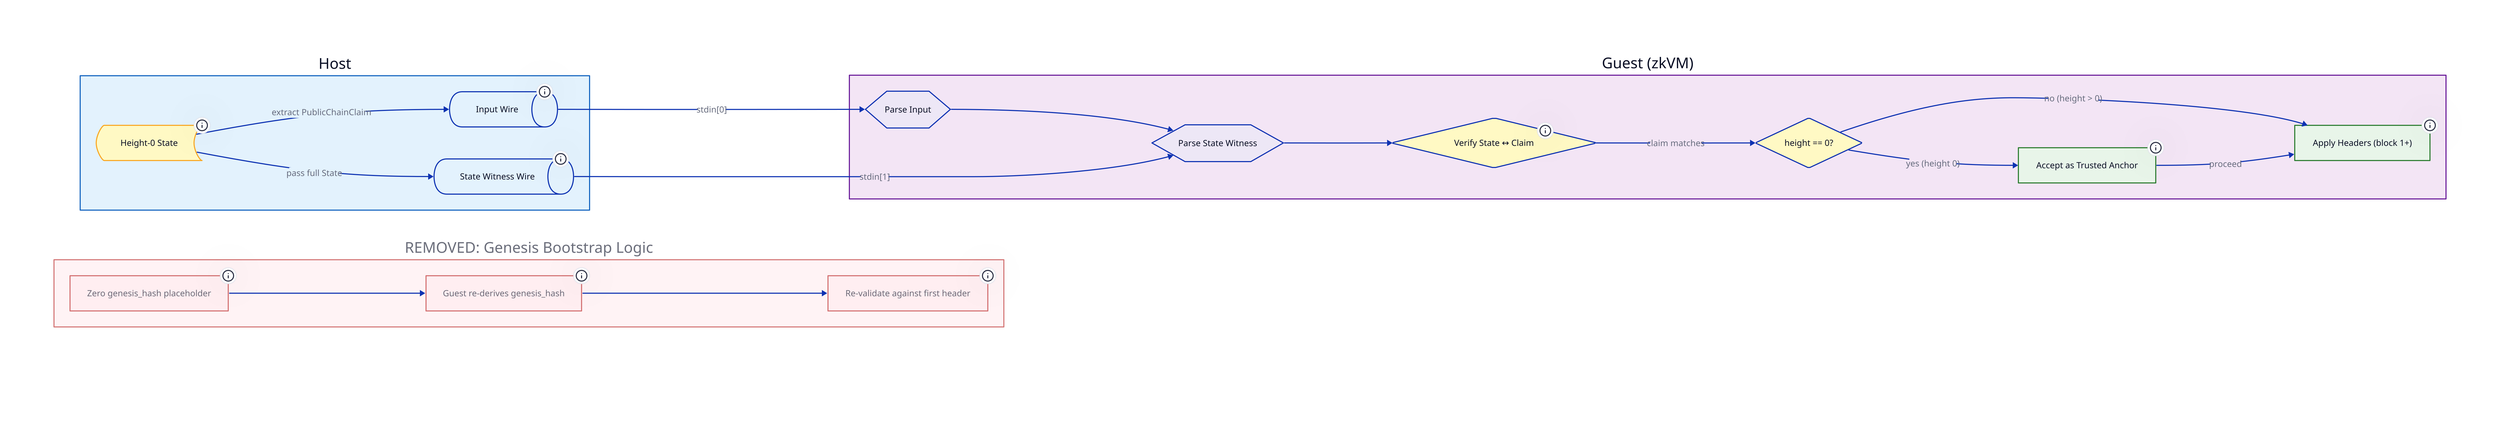
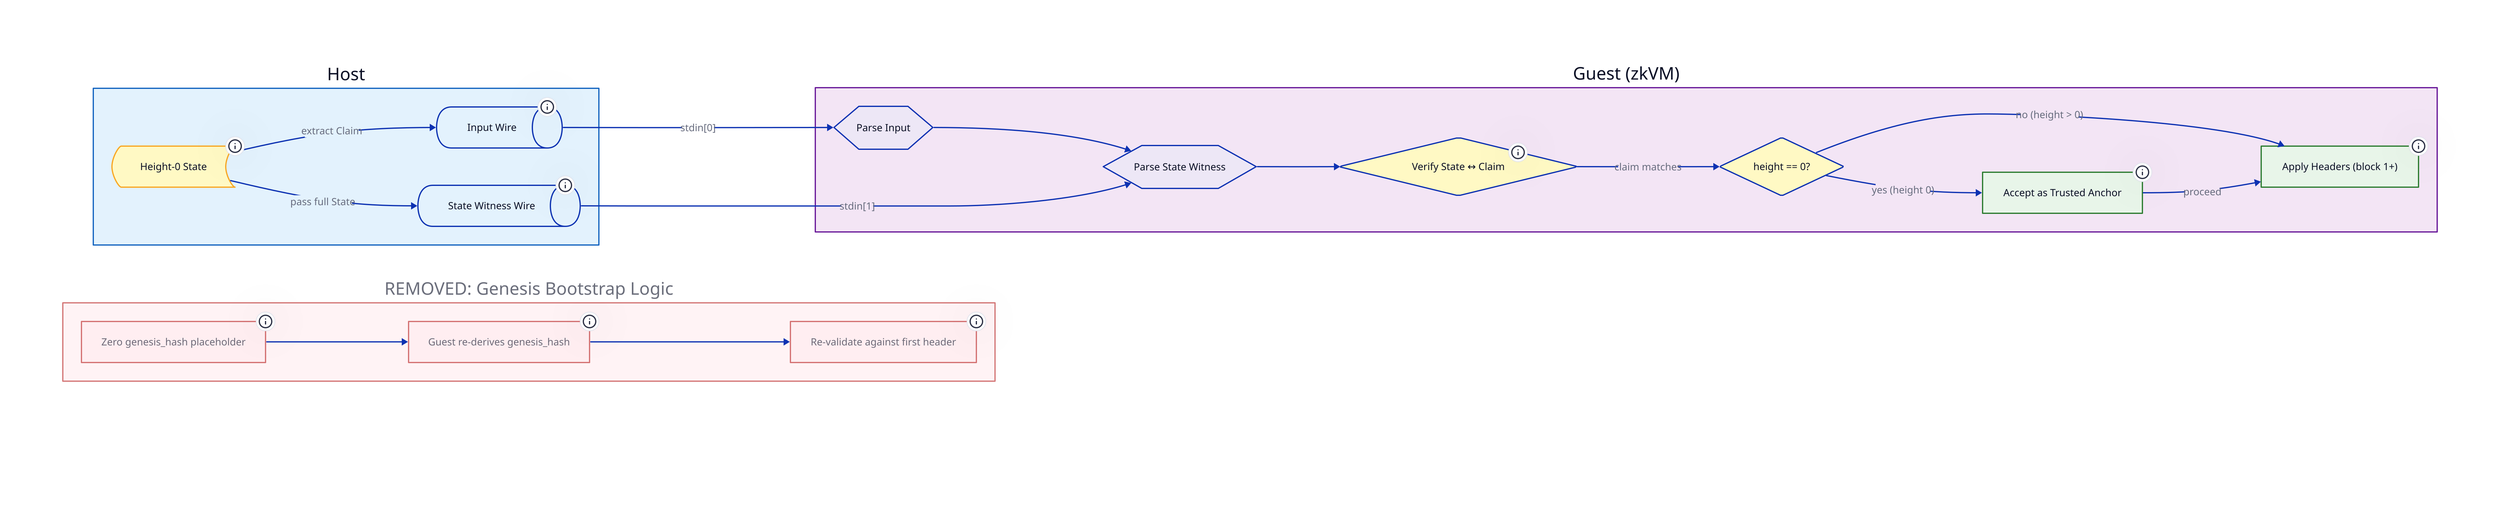
## Diagram 1: Genesis as Trusted Anchor (commit 3ff88a5)
##
## Before: height-0 state carried a zero genesis_hash placeholder; the guest
## would hash the first header and fill it in, then re-validate it.
## After:  height-0 state is accepted as-is — genesis_hash + block_hash are
## already set by the host and treated as the trusted starting point.
## Block 1 is the first *validated* header, not block 0.

direction: right

classes: {
  host_box: {
    style.fill: "#E3F2FD"
    style.stroke: "#1565C0"
    style.stroke-width: 2
  }
  guest_box: {
    style.fill: "#F3E5F5"
    style.stroke: "#6A1B9A"
    style.stroke-width: 2
  }
  data: {
    shape: stored_data
    style.fill: "#FFF9C4"
    style.stroke: "#F9A825"
  }
  removed: {
    style.fill: "#FFEBEE"
    style.stroke: "#B71C1C"
    style.opacity: 0.6
  }
  ok: {
    style.fill: "#E8F5E9"
    style.stroke: "#2E7D32"
    style.stroke-width: 2
  }
}

host: Host {
  class: host_box

  genesis_state: Height-0 State {
    class: data
    tooltip: |
      genesis_hash = SHA256d(genesis_header)
      block_hash   = SHA256d(genesis_header)
      height       = 0
      (fully populated — no placeholder)
    |
  }

  input_wire: Input Wire {
    shape: queue
    style.fill: "#E3F2FD"
-     tooltip: PublicChainClaim || RecursiveProof
+     tooltip: ProofCarryingState (Claim || verifier_key || Proof)
  }

  state_wire: State Witness Wire {
    shape: queue
    style.fill: "#E3F2FD"
    tooltip: Full State bytes (separate channel)
  }

-   genesis_state -> input_wire: extract PublicChainClaim
+   genesis_state -> input_wire: extract Claim
  genesis_state -> state_wire: pass full State
}

guest: Guest (zkVM) {
  class: guest_box

  parse_input: Parse Input {
    shape: hexagon
    style.fill: "#EDE7F6"
  }

  parse_state: Parse State Witness {
    shape: hexagon
    style.fill: "#EDE7F6"
  }

  verify_claim: Verify State ↔ Claim {
    shape: diamond
    style.fill: "#FFF9C4"
-     tooltip: ValidationState::from_state(state).public == claim
+     tooltip: state.public_claim() == pcs.claim
  }

  anchor_check: height == 0? {
    shape: diamond
    style.fill: "#FFF9C4"
  }

  trusted: Accept as Trusted Anchor {
    class: ok
    tooltip: |
      No genesis re-derivation.
      genesis_hash and block_hash
      are already authoritative.
    |
  }

  apply_headers: Apply Headers (block 1+) {
    class: ok
    tooltip: |
      First validated header is block 1.
      prev_blockhash must equal state.block_hash.
    |
  }

  parse_input -> parse_state
  parse_state -> verify_claim
  verify_claim -> anchor_check: claim matches
  anchor_check -> trusted: yes (height 0)
  anchor_check -> apply_headers: no (height > 0)
  trusted -> apply_headers: proceed
}

removed_old: REMOVED: Genesis Bootstrap Logic {
  class: removed

  zero_placeholder: Zero genesis_hash placeholder {
    class: removed
    tooltip: |
      OLD: host serialized genesis_hash = 0x00..00
      guest detected it and filled it in
    |
  }

  recompute: Guest re-derives genesis_hash {
    class: removed
    tooltip: genesis_hash = SHA256d(first_header)
  }

  revalidate: Re-validate against first header {
    class: removed
    tooltip: |
      OLD error code: GenesisHashMismatch (4)
      if recomputed hash ≠ expected
    |
  }

  zero_placeholder -> recompute -> revalidate
}

host.input_wire -> guest.parse_input: "stdin[0]"
host.state_wire -> guest.parse_state: "stdin[1]"

note: |md
  **Commit 3ff88a5** — treat initial header state as trusted anchor

  *Before*: height-0 wire input carried `genesis_hash = 0x00..00`; the guest
  hashed the first header to fill it in, then checked for mismatch.

  *After*: the host populates `genesis_hash` and `block_hash` before
  serializing. The guest accepts height-0 state unconditionally as the
  chain anchor. `GenesisHashMustBeZero` validation and `update_genesis_hash`
  are deleted.
| {
  shape: text
  near: "bottom-center"
  style.font-size: 13
}
